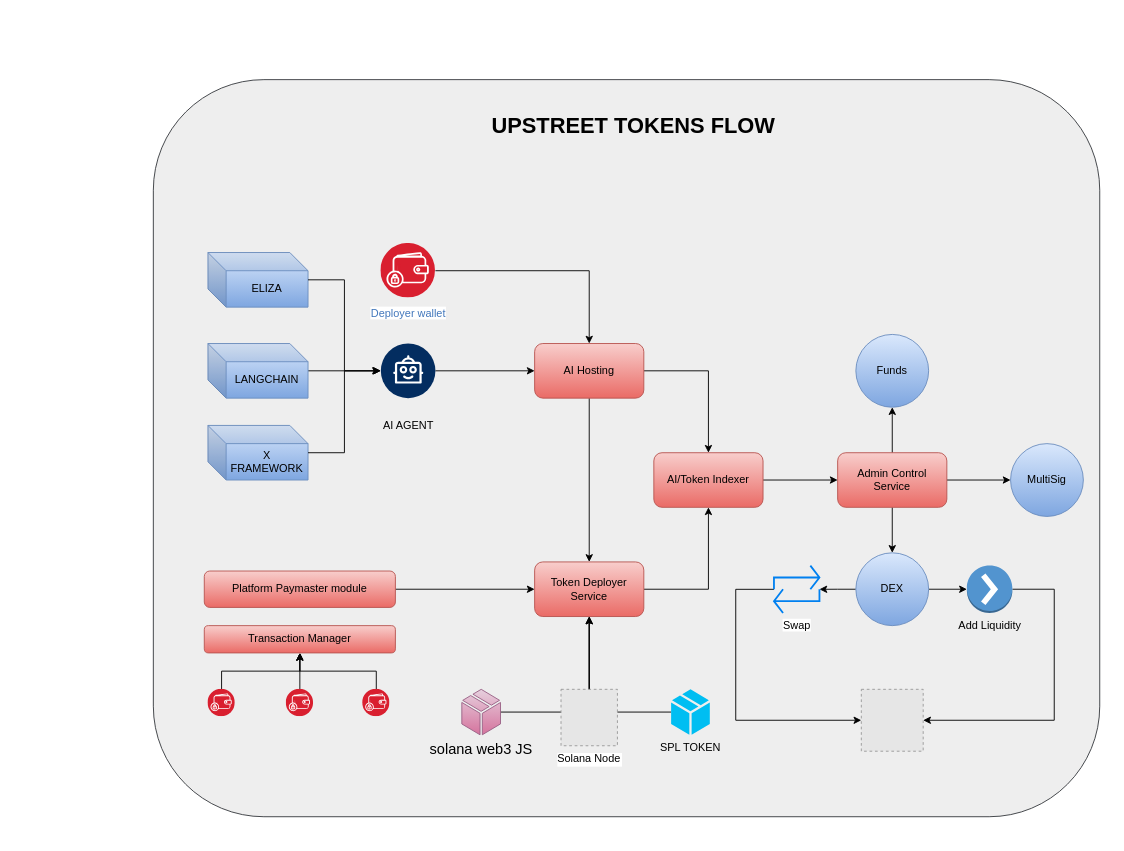
ali-05-ahmed/Concept-Diagrams keeps this draw.io diagram as UpStreet-flow-diagram.drawio. Above is the earlier version. Source tidied: cells renumbered, new cells numbered last; positions are measured from the earlier drawing's top-left corner, leaving out a move shared by most shapes. Both pictures are drawn from the tidied source at 91%, with x=0, y=0 at pixel (153, 79). Pictures stored in the file or linked from it are replaced by grey dashed boxes.
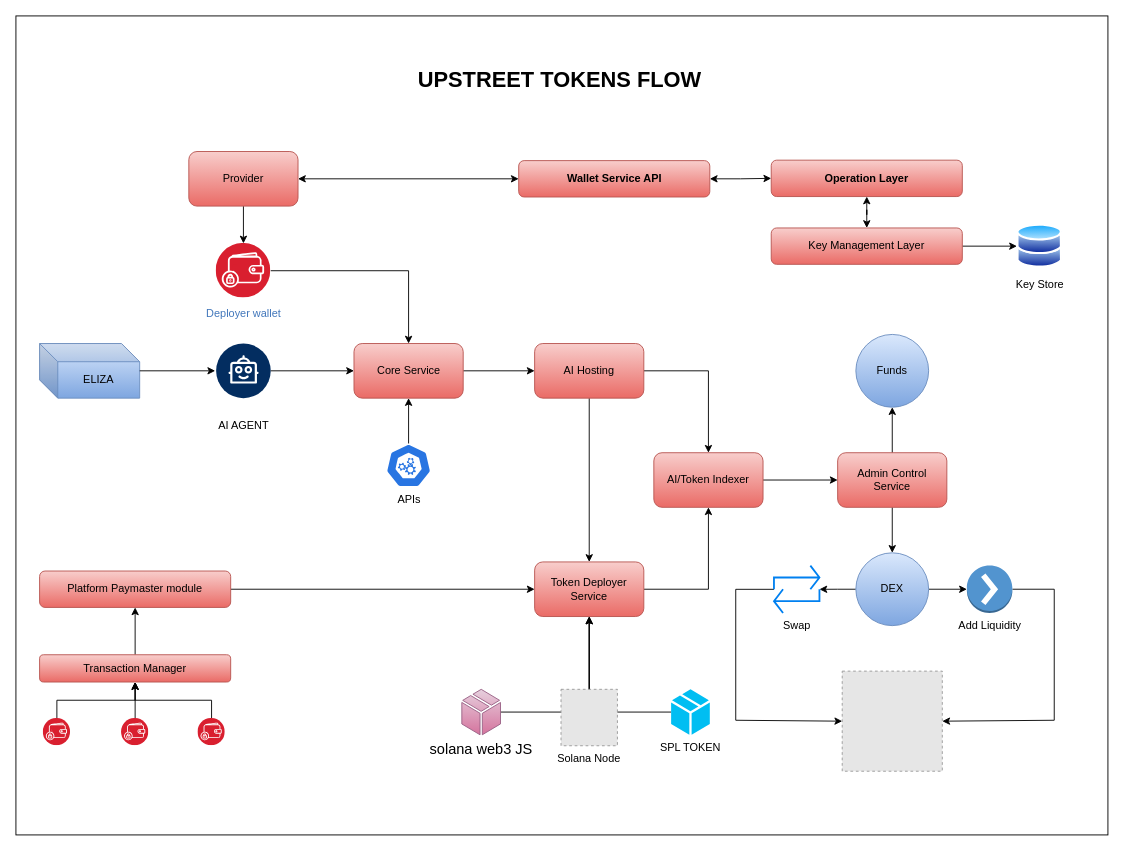
The same page after the edit.

Unchanged cells that the change refers to:
```xml
<mxCell id="5" value="AI Hosting" style="rounded=1;whiteSpace=wrap;html=1;fillColor=#f8cecc;gradientColor=#ea6b66;strokeColor=#b85450;" parent="1" vertex="1">
  <mxGeometry x="419" y="290" width="120" height="60" as="geometry" />
</mxCell>
<mxCell id="38" value="Admin Control Service" style="rounded=1;whiteSpace=wrap;html=1;fillColor=#f8cecc;gradientColor=#ea6b66;strokeColor=#b85450;" parent="1" vertex="1">
  <mxGeometry x="752" y="410" width="120" height="60" as="geometry" />
</mxCell>
```

The edit, as a diff of the source:
```diff
@@
-    <mxCell id="2" style="rounded=1;whiteSpace=wrap;html=1;fillColor=#eeeeee;strokeColor=#36393d;" parent="1" vertex="1">
-      <mxGeometry width="1040" height="810" as="geometry" />
-    </mxCell>
+    <mxCell id="50" style="rounded=0;whiteSpace=wrap;html=1;" parent="1" vertex="1">
+      <mxGeometry x="-151" y="-70" width="1200" height="900" as="geometry" />
+    </mxCell>
@@
-    <mxCell id="6" style="edgeStyle=orthogonalEdgeStyle;rounded=0;jettySize=auto;html=1;" parent="1" edge="1" source="7" target="5">
+    <mxCell id="6" style="edgeStyle=orthogonalEdgeStyle;rounded=0;jettySize=auto;html=1;" parent="1" edge="1" source="66" target="5">
       <mxGeometry relative="1" as="geometry" />
     </mxCell>
     <mxCell id="7" value="AI AGENT" style="verticalLabelPosition=bottom;html=1;shape=mxgraph.salesforce.bots2;" parent="1" vertex="1">
-      <mxGeometry x="250" y="290" width="60" height="60" as="geometry" />
+      <mxGeometry x="69" y="290" width="60" height="60" as="geometry" />
     </mxCell>
-    <mxCell id="8" style="edgeStyle=orthogonalEdgeStyle;rounded=0;jettySize=auto;html=1;" parent="1" edge="1" source="9" target="5">
-      <mxGeometry relative="1" as="geometry" />
-    </mxCell>
+    <mxCell id="51" style="edgeStyle=orthogonalEdgeStyle;rounded=0;jettySize=auto;html=1;" parent="1" edge="1" source="9" target="66">
+      <mxGeometry relative="1" as="geometry" />
+    </mxCell>
     <mxCell id="9" value="Deployer wallet" style="image;perimeter=ellipsePerimeter;html=1;align=center;shadow=0;dashed=0;fontColor=#4277BB;labelBackgroundColor=default;fontSize=12;spacingTop=3;image=img/lib/ibm/blockchain/wallet.svg;" parent="1" vertex="1">
-      <mxGeometry x="250" y="180" width="60" height="60" as="geometry" />
+      <mxGeometry x="69" y="180" width="60" height="60" as="geometry" />
     </mxCell>
@@
     <mxCell id="17" value="Platform Paymaster module" style="rounded=1;whiteSpace=wrap;html=1;fillColor=#f8cecc;gradientColor=#ea6b66;strokeColor=#b85450;" parent="1" vertex="1">
-      <mxGeometry x="56" y="540" width="210" height="40" as="geometry" />
+      <mxGeometry x="-125" y="540" width="210" height="40" as="geometry" />
     </mxCell>
@@
     <mxCell id="22" value="ELIZA" style="shape=cube;whiteSpace=wrap;html=1;boundedLbl=1;backgroundOutline=1;darkOpacity=0.05;darkOpacity2=0.1;fillColor=#dae8fc;gradientColor=#7ea6e0;strokeColor=#6c8ebf;" parent="1" vertex="1">
-      <mxGeometry x="60" y="190" width="110" height="60" as="geometry" />
+      <mxGeometry x="-125" y="290" width="110" height="60" as="geometry" />
     </mxCell>
-    <mxCell id="23" style="edgeStyle=orthogonalEdgeStyle;rounded=0;jettySize=auto;html=1;" parent="1" edge="1" source="24">
-      <mxGeometry relative="1" as="geometry">
-        <mxPoint x="250" y="320" as="targetPoint" />
-      </mxGeometry>
-    </mxCell>
-    <mxCell id="24" value="LANGCHAIN" style="shape=cube;whiteSpace=wrap;html=1;boundedLbl=1;backgroundOutline=1;darkOpacity=0.05;darkOpacity2=0.1;fillColor=#dae8fc;gradientColor=#7ea6e0;strokeColor=#6c8ebf;" parent="1" vertex="1">
-      <mxGeometry x="60" y="290" width="110" height="60" as="geometry" />
-    </mxCell>
-    <mxCell id="25" value="X FRAMEWORK" style="shape=cube;whiteSpace=wrap;html=1;boundedLbl=1;backgroundOutline=1;darkOpacity=0.05;darkOpacity2=0.1;fillColor=#dae8fc;gradientColor=#7ea6e0;strokeColor=#6c8ebf;" parent="1" vertex="1">
-      <mxGeometry x="60" y="380" width="110" height="60" as="geometry" />
-    </mxCell>
@@
-    <mxCell id="27" style="edgeStyle=orthogonalEdgeStyle;rounded=0;jettySize=auto;html=1;entryX=0;entryY=0.5;entryDx=0;entryDy=0;entryPerimeter=0;" parent="1" edge="1" source="25" target="7">
-      <mxGeometry relative="1" as="geometry" />
-    </mxCell>
+    <mxCell id="52" style="edgeStyle=orthogonalEdgeStyle;rounded=0;jettySize=auto;html=1;" parent="1" edge="1" source="28" target="17">
+      <mxGeometry relative="1" as="geometry" />
+    </mxCell>
     <mxCell id="28" value="Transaction Manager" style="rounded=1;whiteSpace=wrap;html=1;fillColor=#f8cecc;gradientColor=#ea6b66;strokeColor=#b85450;" parent="1" vertex="1">
-      <mxGeometry x="56" y="600" width="210" height="30" as="geometry" />
+      <mxGeometry x="-125" y="632" width="210" height="30" as="geometry" />
     </mxCell>
@@
     <mxCell id="30" style="image;perimeter=ellipsePerimeter;html=1;align=center;shadow=0;dashed=0;fontColor=#4277BB;labelBackgroundColor=default;fontSize=12;spacingTop=3;image=img/lib/ibm/blockchain/wallet.svg;" parent="1" vertex="1">
-      <mxGeometry x="60" y="670" width="30" height="30" as="geometry" />
+      <mxGeometry x="-121" y="702" width="30" height="30" as="geometry" />
     </mxCell>
@@
     <mxCell id="32" style="image;perimeter=ellipsePerimeter;html=1;align=center;shadow=0;dashed=0;fontColor=#4277BB;labelBackgroundColor=default;fontSize=12;spacingTop=3;image=img/lib/ibm/blockchain/wallet.svg;" parent="1" vertex="1">
-      <mxGeometry x="146" y="670" width="30" height="30" as="geometry" />
+      <mxGeometry x="-35" y="702" width="30" height="30" as="geometry" />
     </mxCell>
@@
     <mxCell id="34" style="image;perimeter=ellipsePerimeter;html=1;align=center;shadow=0;dashed=0;fontColor=#4277BB;labelBackgroundColor=default;fontSize=12;spacingTop=3;image=img/lib/ibm/blockchain/wallet.svg;" parent="1" vertex="1">
-      <mxGeometry x="230" y="670" width="30" height="30" as="geometry" />
+      <mxGeometry x="49" y="702" width="30" height="30" as="geometry" />
     </mxCell>
@@
-    <mxCell id="36" style="edgeStyle=orthogonalEdgeStyle;rounded=0;jettySize=auto;html=1;" parent="1" edge="1" source="38" target="43">
-      <mxGeometry relative="1" as="geometry" />
-    </mxCell>
@@
-    <mxCell id="43" value="MultiSig" style="ellipse;whiteSpace=wrap;html=1;fillColor=#dae8fc;gradientColor=#7ea6e0;strokeColor=#6c8ebf;" parent="1" vertex="1">
-      <mxGeometry x="942" y="400" width="80" height="80" as="geometry" />
-    </mxCell>
     <mxCell id="44" style="fillColor=#E6E6E6;strokeColor=#999999;dashed=1;verticalLabelPosition=bottom;labelBackgroundColor=default;verticalAlign=top;" parent="1" vertex="1">
-      <mxGeometry x="778" y="670" width="68" height="68" as="geometry" />
+      <mxGeometry x="757" y="650" width="110" height="110" as="geometry" />
     </mxCell>
@@
     <mxCell id="49" value="&lt;h1 style=&quot;margin-top: 0px;&quot;&gt;UPSTREET TOKENS FLOW&lt;/h1&gt;" style="text;html=1;whiteSpace=wrap;overflow=hidden;rounded=0;" parent="1" vertex="1">
-      <mxGeometry x="370" y="30" width="315" height="40" as="geometry" />
+      <mxGeometry x="289" y="-20" width="315" height="40" as="geometry" />
     </mxCell>
+    <mxCell id="53" value="Key Store" style="image;perimeter=ellipsePerimeter;html=1;align=center;shadow=0;dashed=0;spacingTop=3;image=img/lib/active_directory/databases.svg;" parent="1" vertex="1">
+      <mxGeometry x="949" y="158.5" width="50" height="49" as="geometry" />
+    </mxCell>
+    <mxCell id="54" style="edgeStyle=orthogonalEdgeStyle;rounded=0;jettySize=auto;html=1;" parent="1" edge="1" source="56" target="53">
+      <mxGeometry relative="1" as="geometry" />
+    </mxCell>
+    <mxCell id="55" style="edgeStyle=orthogonalEdgeStyle;rounded=0;jettySize=auto;html=1;startArrow=classic;startFill=1;" parent="1" edge="1" source="56" target="57">
+      <mxGeometry relative="1" as="geometry" />
+    </mxCell>
+    <mxCell id="56" value="Key Management Layer" style="rounded=1;whiteSpace=wrap;html=1;fillColor=#f8cecc;gradientColor=#ea6b66;strokeColor=#b85450;" parent="1" vertex="1">
+      <mxGeometry x="679" y="163" width="210" height="40" as="geometry" />
+    </mxCell>
+    <mxCell id="57" value="Operation Layer" style="rounded=1;whiteSpace=wrap;html=1;fillColor=#f8cecc;gradientColor=#ea6b66;strokeColor=#b85450;fontStyle=1;" parent="1" vertex="1">
+      <mxGeometry x="679" y="88.5" width="210" height="40" as="geometry" />
+    </mxCell>
+    <mxCell id="58" style="edgeStyle=orthogonalEdgeStyle;rounded=0;jettySize=auto;html=1;startArrow=classic;startFill=1;" parent="1" edge="1" source="60" target="62">
+      <mxGeometry relative="1" as="geometry" />
+    </mxCell>
+    <mxCell id="59" style="edgeStyle=orthogonalEdgeStyle;rounded=0;jettySize=auto;html=1;startArrow=classic;startFill=1;" parent="1" edge="1" source="60" target="57">
+      <mxGeometry relative="1" as="geometry" />
+    </mxCell>
+    <mxCell id="60" value="Wallet Service API" style="rounded=1;whiteSpace=wrap;html=1;fillColor=#f8cecc;gradientColor=#ea6b66;strokeColor=#b85450;fontStyle=1;" parent="1" vertex="1">
+      <mxGeometry x="401.5" y="89" width="210" height="40" as="geometry" />
+    </mxCell>
+    <mxCell id="61" style="edgeStyle=orthogonalEdgeStyle;rounded=0;jettySize=auto;html=1;" parent="1" edge="1" source="62" target="9">
+      <mxGeometry relative="1" as="geometry" />
+    </mxCell>
+    <mxCell id="62" value="Provider" style="rounded=1;whiteSpace=wrap;html=1;fillColor=#f8cecc;gradientColor=#ea6b66;strokeColor=#b85450;" parent="1" vertex="1">
+      <mxGeometry x="39" y="79" width="120" height="60" as="geometry" />
+    </mxCell>
+    <mxCell id="63" style="edgeStyle=orthogonalEdgeStyle;rounded=0;jettySize=auto;html=1;" parent="1" edge="1" source="64" target="66">
+      <mxGeometry relative="1" as="geometry" />
+    </mxCell>
+    <mxCell id="64" value="APIs" style="sketch=0;html=1;dashed=0;whitespace=wrap;verticalLabelPosition=bottom;verticalAlign=top;fillColor=#2875E2;strokeColor=#ffffff;points=[[0.005,0.63,0],[0.1,0.2,0],[0.9,0.2,0],[0.5,0,0],[0.995,0.63,0],[0.72,0.99,0],[0.5,1,0],[0.28,0.99,0]];shape=mxgraph.kubernetes.icon2;prIcon=api;" parent="1" vertex="1">
+      <mxGeometry x="255.5" y="400" width="50" height="48" as="geometry" />
+    </mxCell>
+    <mxCell id="65" style="edgeStyle=orthogonalEdgeStyle;rounded=0;jettySize=auto;html=1;" parent="1" edge="1" source="7" target="66">
+      <mxGeometry relative="1" as="geometry" />
+    </mxCell>
+    <mxCell id="66" value="Core Service" style="rounded=1;whiteSpace=wrap;html=1;fillColor=#f8cecc;gradientColor=#ea6b66;strokeColor=#b85450;" parent="1" vertex="1">
+      <mxGeometry x="220.5" y="290" width="120" height="60" as="geometry" />
+    </mxCell>
```
